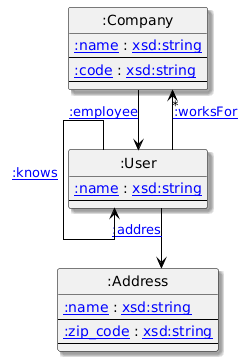
Above: rudof/out.png in rudof-project/tutorials (PlantUML), before the change.
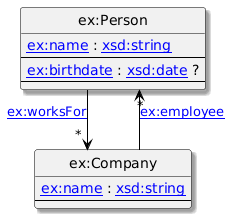
Above is the later version.

What changed in the source:
```diff
@@ -7,24 +7,16 @@
  BorderColor Black
  ArrowColor Black
 }
-class ":Company" as 2 <<(S,#FF7700)>> [[http://example.org/Company :Company]] {
-[[http://example.org/name :name]] : [[http://www.w3.org/2001/XMLSchema#string xsd:string]]
+class "ex:Person" as 1 <<(S,#FF7700)>> [[http://example.org/Person ex:Person]] {
+[[http://example.org/name ex:name]] : [[http://www.w3.org/2001/XMLSchema#string xsd:string]]
 --
-[[http://example.org/code :code]] : [[http://www.w3.org/2001/XMLSchema#string xsd:string]]
+[[http://example.org/birthdate ex:birthdate]] : [[http://www.w3.org/2001/XMLSchema#date xsd:date]] ?
 --
 }
-class ":Address" as 3 <<(S,#FF7700)>> [[http://example.org/Address :Address]] {
-[[http://example.org/name :name]] : [[http://www.w3.org/2001/XMLSchema#string xsd:string]]
---
-[[http://example.org/zip_code :zip_code]] : [[http://www.w3.org/2001/XMLSchema#string xsd:string]]
+class "ex:Company" as 2 <<(S,#FF7700)>> [[http://example.org/Company ex:Company]] {
+[[http://example.org/name ex:name]] : [[http://www.w3.org/2001/XMLSchema#string xsd:string]]
 --
 }
-class ":User" as 1 <<(S,#FF7700)>> [[http://example.org/User :User]] {
-[[http://example.org/name :name]] : [[http://www.w3.org/2001/XMLSchema#string xsd:string]]
---
-}
-1 --> "*" 2 : [[http://example.org/worksFor :worksFor]]
-1 --> " " 3 : [[http://example.org/addres :addres]]
-1 --> " " 1 : [[http://example.org/knows :knows]]
-2 --> " " 1 : [[http://example.org/employee :employee]]
+1 --> "*" 2 : [[http://example.org/worksFor ex:worksFor]]
+2 --> "*" 1 : [[http://example.org/employee ex:employee]]
 @enduml
```
